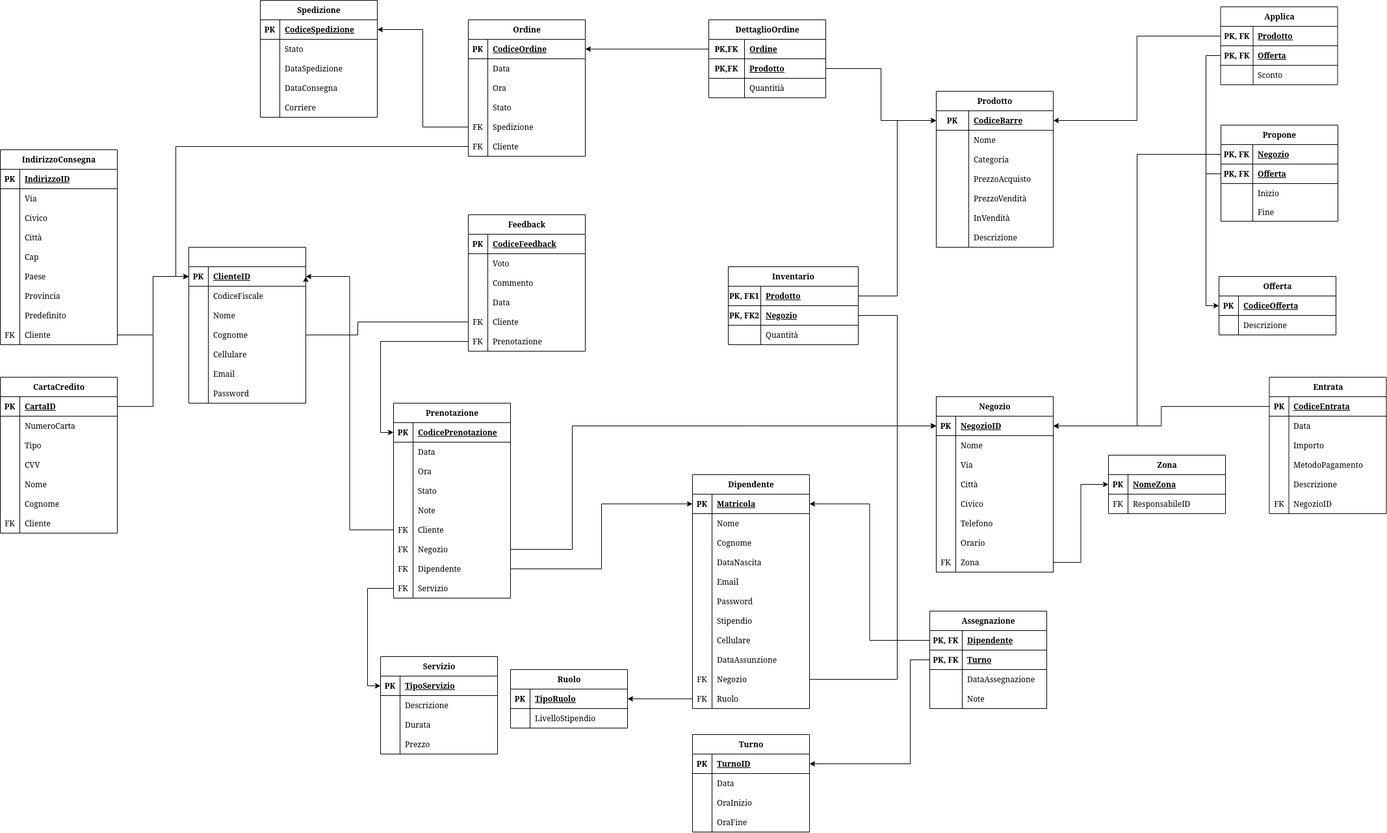
The draw.io diagram fase_tre/images/logico.png in IonutZbir/ProgettoDatabase, before a commit. Source tidied: cells renumbered, new cells last; positions are measured from the earlier drawing's top-left corner, leaving out a move shared by most shapes.
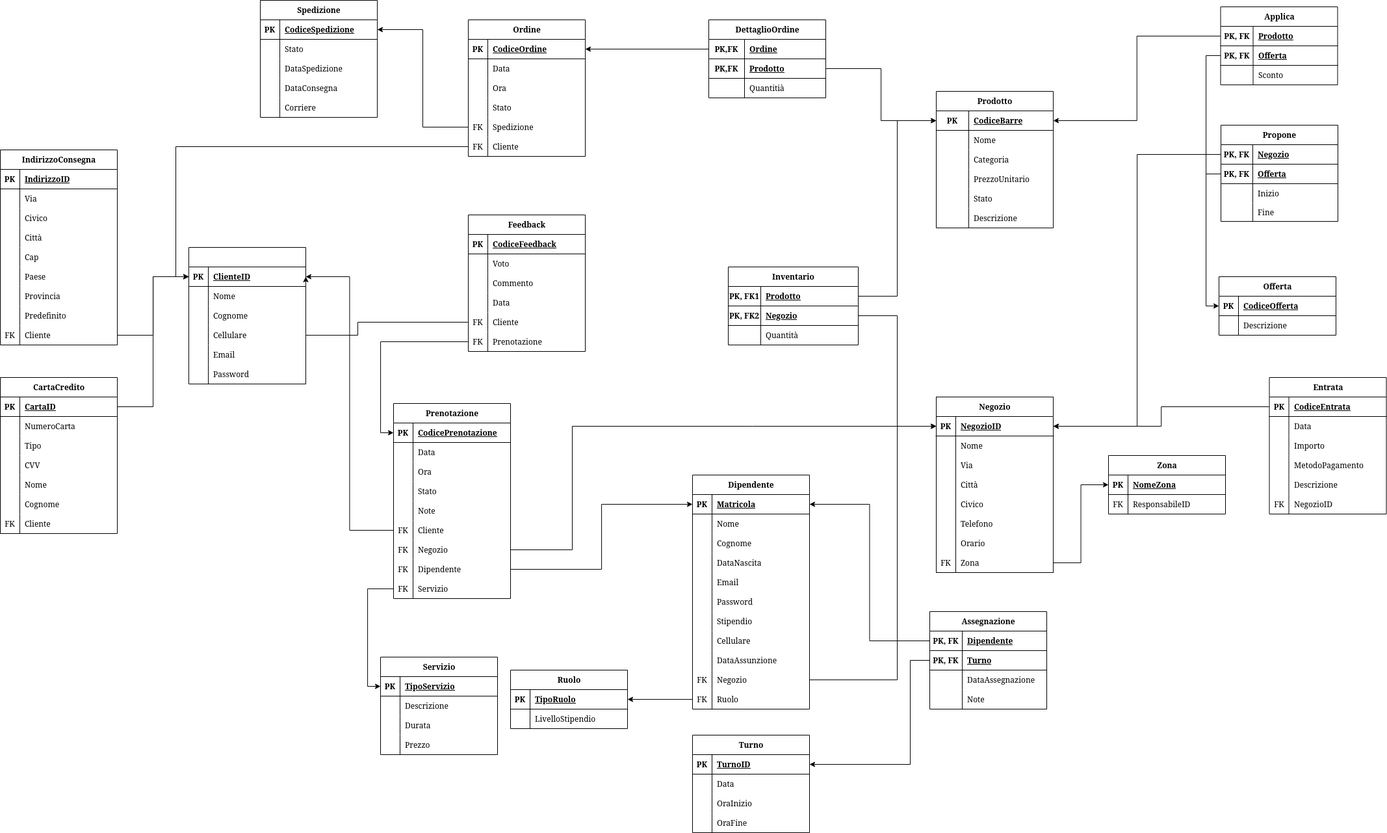
Above is the later version.

The edit, as a diff of the source:
```diff
@@ -108,7 +108,7 @@
       <mxGeometry x="50" width="150" height="30" as="geometry" />
     </mxCell>
     <mxCell id="37" value="Prodotto" style="shape=table;startSize=30;rowLines=0;fontStyle=1;align=center;html=1;" parent="1" vertex="1">
-      <mxGeometry x="1440" y="140" width="180" height="240" as="geometry" />
+      <mxGeometry x="1440" y="140" width="180" height="210" as="geometry" />
     </mxCell>
     <mxCell id="38" style="shape=tableRow;horizontal=0;startSize=0;swimlaneHead=0;swimlaneBody=0;fillColor=none;points=[[0,0.5],[1,0.5]];portConstraint=eastwest;top=0;left=0;right=0;bottom=1;" parent="37" vertex="1">
       <mxGeometry y="30" width="180" height="30" as="geometry" />
@@ -143,29 +143,20 @@
     <mxCell id="48" style="shape=partialRectangle;fillColor=none;top=0;left=0;bottom=0;right=0;overflow=hidden;whiteSpace=wrap;html=1;" parent="47" vertex="1">
       <mxGeometry width="50" height="30" as="geometry" />
     </mxCell>
-    <mxCell id="49" value="PrezzoAcquisto" style="shape=partialRectangle;fillColor=none;top=0;left=0;bottom=0;right=0;align=left;spacingLeft=6;overflow=hidden;whiteSpace=wrap;html=1;" parent="47" vertex="1">
+    <mxCell id="49" value="PrezzoUnitario" style="shape=partialRectangle;fillColor=none;top=0;left=0;bottom=0;right=0;align=left;spacingLeft=6;overflow=hidden;whiteSpace=wrap;html=1;" parent="47" vertex="1">
       <mxGeometry x="50" width="130" height="30" as="geometry" />
     </mxCell>
-    <mxCell id="50" style="shape=tableRow;horizontal=0;startSize=0;swimlaneHead=0;swimlaneBody=0;fillColor=none;top=0;left=0;right=0;bottom=0;" parent="37" vertex="1">
-      <mxGeometry y="150" width="180" height="30" as="geometry" />
-    </mxCell>
-    <mxCell id="51" style="shape=partialRectangle;fillColor=none;top=0;left=0;bottom=0;right=0;overflow=hidden;whiteSpace=wrap;html=1;" parent="50" vertex="1">
-      <mxGeometry width="50" height="30" as="geometry" />
-    </mxCell>
-    <mxCell id="52" value="PrezzoVendità" style="shape=partialRectangle;fillColor=none;top=0;left=0;bottom=0;right=0;align=left;spacingLeft=6;overflow=hidden;whiteSpace=wrap;html=1;" parent="50" vertex="1">
-      <mxGeometry x="50" width="130" height="30" as="geometry" />
-    </mxCell>
     <mxCell id="53" style="shape=tableRow;horizontal=0;startSize=0;swimlaneHead=0;swimlaneBody=0;fillColor=none;top=0;left=0;right=0;bottom=0;" parent="37" vertex="1">
-      <mxGeometry y="180" width="180" height="30" as="geometry" />
+      <mxGeometry y="150" width="180" height="30" as="geometry" />
     </mxCell>
     <mxCell id="54" style="shape=partialRectangle;fillColor=none;top=0;left=0;bottom=0;right=0;overflow=hidden;whiteSpace=wrap;html=1;" parent="53" vertex="1">
       <mxGeometry width="50" height="30" as="geometry" />
     </mxCell>
-    <mxCell id="55" value="InVendità" style="shape=partialRectangle;fillColor=none;top=0;left=0;bottom=0;right=0;align=left;spacingLeft=6;overflow=hidden;whiteSpace=wrap;html=1;" parent="53" vertex="1">
+    <mxCell id="55" value="Stato" style="shape=partialRectangle;fillColor=none;top=0;left=0;bottom=0;right=0;align=left;spacingLeft=6;overflow=hidden;whiteSpace=wrap;html=1;" parent="53" vertex="1">
       <mxGeometry x="50" width="130" height="30" as="geometry" />
     </mxCell>
     <mxCell id="56" style="shape=tableRow;horizontal=0;startSize=0;swimlaneHead=0;swimlaneBody=0;fillColor=none;top=0;left=0;right=0;bottom=0;" parent="37" vertex="1">
-      <mxGeometry y="210" width="180" height="30" as="geometry" />
+      <mxGeometry y="180" width="180" height="30" as="geometry" />
     </mxCell>
     <mxCell id="57" style="shape=partialRectangle;fillColor=none;top=0;left=0;bottom=0;right=0;overflow=hidden;whiteSpace=wrap;html=1;" parent="56" vertex="1">
       <mxGeometry width="50" height="30" as="geometry" />
@@ -633,7 +624,7 @@
       <mxGeometry x="30" width="150" height="30" as="geometry" />
     </mxCell>
     <mxCell id="212" value="&amp;nbsp;" style="shape=table;startSize=30;rowLines=0;fontStyle=1;align=center;html=1;" parent="1" vertex="1">
-      <mxGeometry x="290" y="380" width="180" height="240" as="geometry" />
+      <mxGeometry x="290" y="380" width="180" height="210" as="geometry" />
     </mxCell>
     <mxCell id="213" style="shape=tableRow;horizontal=0;startSize=0;swimlaneHead=0;swimlaneBody=0;fillColor=none;points=[[0,0.5],[1,0.5]];portConstraint=eastwest;top=0;left=0;right=0;bottom=1;" parent="212" vertex="1">
       <mxGeometry y="30" width="180" height="30" as="geometry" />
@@ -644,17 +635,8 @@
     <mxCell id="215" value="ClienteID" style="shape=partialRectangle;fillColor=none;top=0;left=0;bottom=0;right=0;align=left;spacingLeft=6;fontStyle=5;overflow=hidden;whiteSpace=wrap;html=1;" parent="213" vertex="1">
       <mxGeometry x="30" width="150" height="30" as="geometry" />
     </mxCell>
-    <mxCell id="216" style="shape=tableRow;horizontal=0;startSize=0;swimlaneHead=0;swimlaneBody=0;fillColor=none;top=0;left=0;right=0;bottom=0;" parent="212" vertex="1">
-      <mxGeometry y="60" width="180" height="30" as="geometry" />
-    </mxCell>
-    <mxCell id="217" style="shape=partialRectangle;fillColor=none;top=0;left=0;bottom=0;right=0;overflow=hidden;whiteSpace=wrap;html=1;" parent="216" vertex="1">
-      <mxGeometry width="30" height="30" as="geometry" />
-    </mxCell>
-    <mxCell id="218" value="CodiceFiscale" style="shape=partialRectangle;fillColor=none;top=0;left=0;bottom=0;right=0;align=left;spacingLeft=6;overflow=hidden;whiteSpace=wrap;html=1;" parent="216" vertex="1">
-      <mxGeometry x="30" width="150" height="30" as="geometry" />
-    </mxCell>
     <mxCell id="219" style="shape=tableRow;horizontal=0;startSize=0;swimlaneHead=0;swimlaneBody=0;fillColor=none;top=0;left=0;right=0;bottom=0;" parent="212" vertex="1">
-      <mxGeometry y="90" width="180" height="30" as="geometry" />
+      <mxGeometry y="60" width="180" height="30" as="geometry" />
     </mxCell>
     <mxCell id="220" style="shape=partialRectangle;fillColor=none;top=0;left=0;bottom=0;right=0;overflow=hidden;whiteSpace=wrap;html=1;" parent="219" vertex="1">
       <mxGeometry width="30" height="30" as="geometry" />
@@ -663,7 +645,7 @@
       <mxGeometry x="30" width="150" height="30" as="geometry" />
     </mxCell>
     <mxCell id="222" style="shape=tableRow;horizontal=0;startSize=0;swimlaneHead=0;swimlaneBody=0;fillColor=none;top=0;left=0;right=0;bottom=0;" parent="212" vertex="1">
-      <mxGeometry y="120" width="180" height="30" as="geometry" />
+      <mxGeometry y="90" width="180" height="30" as="geometry" />
     </mxCell>
     <mxCell id="223" style="shape=partialRectangle;fillColor=none;top=0;left=0;bottom=0;right=0;overflow=hidden;whiteSpace=wrap;html=1;" parent="222" vertex="1">
       <mxGeometry width="30" height="30" as="geometry" />
@@ -672,7 +654,7 @@
       <mxGeometry x="30" width="150" height="30" as="geometry" />
     </mxCell>
     <mxCell id="225" style="shape=tableRow;horizontal=0;startSize=0;swimlaneHead=0;swimlaneBody=0;fillColor=none;top=0;left=0;right=0;bottom=0;" parent="212" vertex="1">
-      <mxGeometry y="150" width="180" height="30" as="geometry" />
+      <mxGeometry y="120" width="180" height="30" as="geometry" />
     </mxCell>
     <mxCell id="226" style="shape=partialRectangle;fillColor=none;top=0;left=0;bottom=0;right=0;overflow=hidden;whiteSpace=wrap;html=1;" parent="225" vertex="1">
       <mxGeometry width="30" height="30" as="geometry" />
@@ -681,7 +663,7 @@
       <mxGeometry x="30" width="150" height="30" as="geometry" />
     </mxCell>
     <mxCell id="228" style="shape=tableRow;horizontal=0;startSize=0;swimlaneHead=0;swimlaneBody=0;fillColor=none;top=0;left=0;right=0;bottom=0;" parent="212" vertex="1">
-      <mxGeometry y="180" width="180" height="30" as="geometry" />
+      <mxGeometry y="150" width="180" height="30" as="geometry" />
     </mxCell>
     <mxCell id="229" style="shape=partialRectangle;fillColor=none;top=0;left=0;bottom=0;right=0;overflow=hidden;whiteSpace=wrap;html=1;" parent="228" vertex="1">
       <mxGeometry width="30" height="30" as="geometry" />
@@ -690,7 +672,7 @@
       <mxGeometry x="30" width="150" height="30" as="geometry" />
     </mxCell>
     <mxCell id="231" style="shape=tableRow;horizontal=0;startSize=0;swimlaneHead=0;swimlaneBody=0;fillColor=none;top=0;left=0;right=0;bottom=0;" parent="212" vertex="1">
-      <mxGeometry y="210" width="180" height="30" as="geometry" />
+      <mxGeometry y="180" width="180" height="30" as="geometry" />
     </mxCell>
     <mxCell id="232" style="shape=partialRectangle;fillColor=none;top=0;left=0;bottom=0;right=0;overflow=hidden;whiteSpace=wrap;html=1;" parent="231" vertex="1">
       <mxGeometry width="30" height="30" as="geometry" />
```
